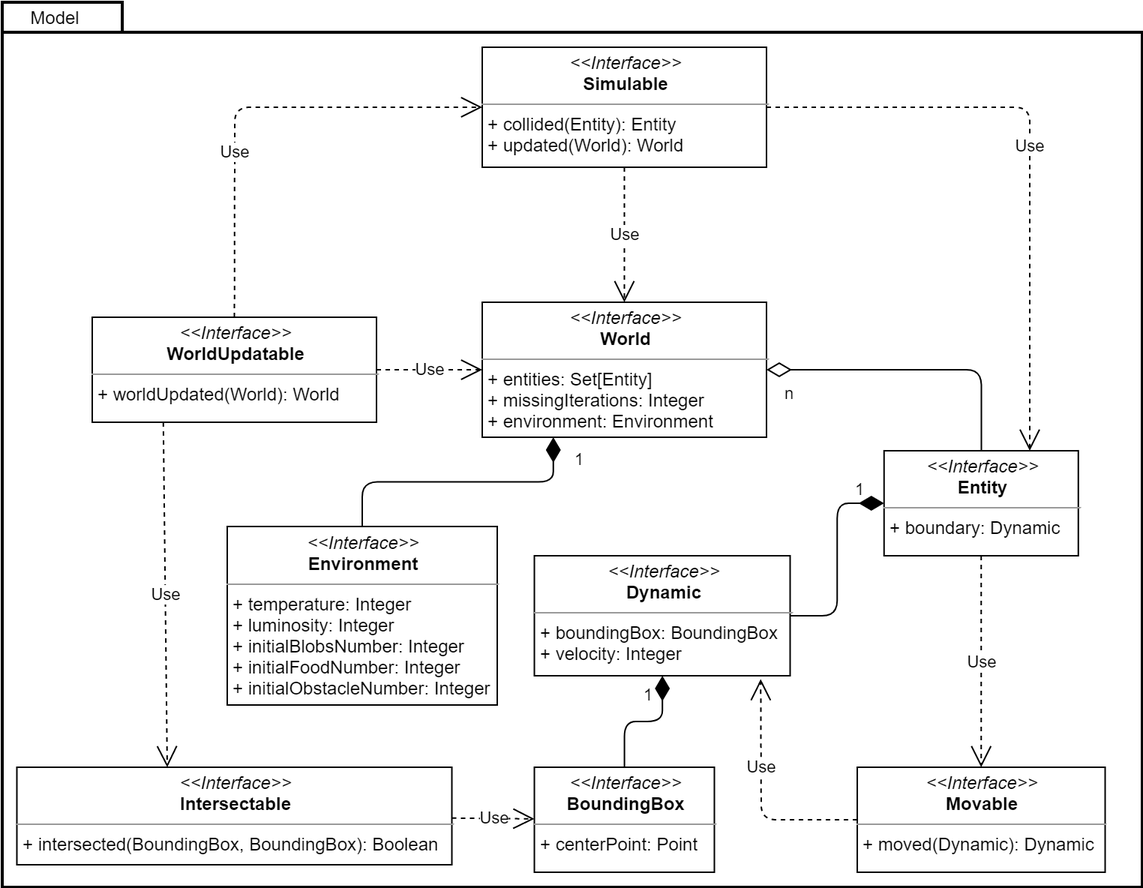
The draw.io diagram doc/report/img/Model.png in danielegiulianini/evo-sim, before a commit. Source tidied: cells renumbered, new cells last; positions are measured from the earlier drawing's top-left corner, leaving out a move shared by most shapes.
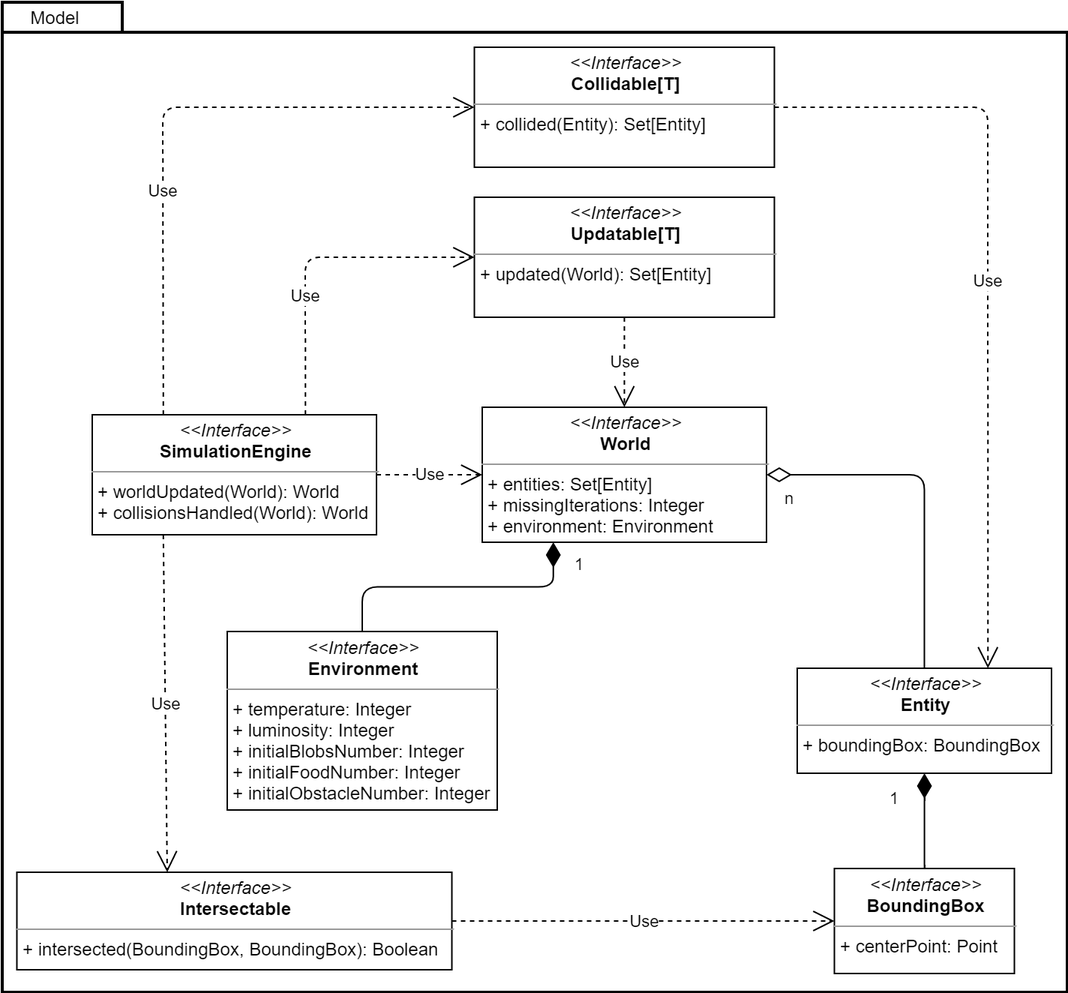
Later version of the same file.

Commit message:
Refine architecture, update report

Diff of the diagram source:
```diff
@@ -2,92 +2,83 @@
   <root>
     <mxCell id="0" />
     <mxCell id="1" parent="0" />
-    <mxCell id="2" style="shape=folder;tabWidth=80;tabHeight=20;tabPosition=left;strokeWidth=2;html=1;whiteSpace=wrap;align=center;" parent="1" vertex="1">
-      <mxGeometry width="760" height="590" as="geometry" />
-    </mxCell>
-    <mxCell id="3" value="&lt;p style=&quot;margin: 0px ; margin-top: 4px ; text-align: center&quot;&gt;&lt;i&gt;&amp;lt;&amp;lt;Interface&amp;gt;&amp;gt;&lt;/i&gt;&lt;br&gt;&lt;b&gt;Entity&lt;/b&gt;&lt;/p&gt;&lt;hr size=&quot;1&quot;&gt;&lt;p style=&quot;margin: 0px ; margin-left: 4px&quot;&gt;+ boundary: Dynamic&lt;br&gt;&lt;/p&gt;" style="verticalAlign=top;align=left;overflow=fill;fontSize=12;fontFamily=Helvetica;html=1;" parent="1" vertex="1">
-      <mxGeometry x="587.9" y="299" width="129.5" height="70" as="geometry" />
-    </mxCell>
+    <mxCell id="25" style="shape=folder;tabWidth=80;tabHeight=20;tabPosition=left;strokeWidth=2;html=1;whiteSpace=wrap;align=center;" parent="1" vertex="1">
+      <mxGeometry y="-70" width="710" height="660" as="geometry" />
+    </mxCell>
+    <mxCell id="26" value="&lt;p style=&quot;margin: 0px ; margin-top: 4px ; text-align: center&quot;&gt;&lt;i&gt;&amp;lt;&amp;lt;Interface&amp;gt;&amp;gt;&lt;/i&gt;&lt;br&gt;&lt;b&gt;Entity&lt;/b&gt;&lt;/p&gt;&lt;hr size=&quot;1&quot;&gt;&lt;p style=&quot;margin: 0px ; margin-left: 4px&quot;&gt;+ boundingBox: BoundingBox&lt;br&gt;&lt;/p&gt;" style="verticalAlign=top;align=left;overflow=fill;fontSize=12;fontFamily=Helvetica;html=1;" parent="1" vertex="1">
+      <mxGeometry x="530" y="374" width="169.5" height="70" as="geometry" />
+    </mxCell>
     <mxCell id="4" value="&lt;p style=&quot;margin: 0px ; margin-top: 4px ; text-align: center&quot;&gt;&lt;i&gt;&amp;lt;&amp;lt;Interface&amp;gt;&amp;gt;&lt;/i&gt;&lt;br&gt;&lt;b&gt;World&lt;/b&gt;&lt;/p&gt;&lt;hr size=&quot;1&quot;&gt;&lt;p style=&quot;margin: 0px ; margin-left: 4px&quot;&gt;+ entities: Set[Entity]&lt;br&gt;&lt;/p&gt;&lt;p style=&quot;margin: 0px ; margin-left: 4px&quot;&gt;+ missing&lt;span&gt;Iterations: Integer&lt;/span&gt;&lt;/p&gt;&lt;p style=&quot;margin: 0px ; margin-left: 4px&quot;&gt;&lt;span&gt;+ environment: Enviro&lt;/span&gt;&lt;span&gt;nment&lt;/span&gt;&lt;/p&gt;" style="verticalAlign=top;align=left;overflow=fill;fontSize=12;fontFamily=Helvetica;html=1;" parent="1" vertex="1">
       <mxGeometry x="320" y="200" width="189.5" height="90" as="geometry" />
     </mxCell>
     <mxCell id="5" value="Model" style="text;html=1;align=center;verticalAlign=middle;" parent="1" vertex="1">
-      <mxGeometry x="9.8" width="50" height="20" as="geometry" />
+      <mxGeometry x="10" y="-70" width="50" height="20" as="geometry" />
     </mxCell>
-    <mxCell id="6" value="&lt;p style=&quot;margin: 0px ; margin-top: 4px ; text-align: center&quot;&gt;&lt;i&gt;&amp;lt;&amp;lt;Interface&amp;gt;&amp;gt;&lt;/i&gt;&lt;br&gt;&lt;b&gt;Movable&lt;/b&gt;&lt;/p&gt;&lt;hr size=&quot;1&quot;&gt;&lt;p style=&quot;margin: 0px ; margin-left: 4px&quot;&gt;+ moved(Dynamic): Dynamic&lt;br&gt;&lt;/p&gt;" style="verticalAlign=top;align=left;overflow=fill;fontSize=12;fontFamily=Helvetica;html=1;" parent="1" vertex="1">
-      <mxGeometry x="570" y="510" width="165.2" height="70" as="geometry" />
-    </mxCell>
-    <mxCell id="7" value="Use" style="endArrow=open;endSize=12;dashed=1;html=1;" parent="1" edge="1" source="3" target="6">
-      <mxGeometry relative="1" as="geometry" />
-    </mxCell>
     <mxCell id="8" value="1" style="endArrow=none;html=1;endSize=12;startArrow=diamondThin;startSize=14;startFill=1;edgeStyle=orthogonalEdgeStyle;align=left;verticalAlign=bottom;endFill=0;exitX=0.25;exitY=1;exitDx=0;exitDy=0;" parent="1" edge="1" source="4" target="14">
       <mxGeometry x="-0.75" y="10" relative="1" as="geometry">
         <mxPoint x="3" as="offset" />
       </mxGeometry>
     </mxCell>
-    <mxCell id="9" value="n" style="endArrow=none;html=1;endSize=12;startArrow=diamondThin;startSize=14;startFill=0;edgeStyle=orthogonalEdgeStyle;align=left;verticalAlign=bottom;endFill=0;" parent="1" edge="1" source="4" target="3">
-      <mxGeometry x="0.71" y="-133" relative="1" as="geometry" />
+    <mxCell id="9" value="n" style="endArrow=none;html=1;endSize=12;startArrow=diamondThin;startSize=14;startFill=0;edgeStyle=orthogonalEdgeStyle;align=left;verticalAlign=bottom;endFill=0;" parent="1" edge="1" source="4" target="26">
+      <mxGeometry x="0.11" y="-95" relative="1" as="geometry" />
     </mxCell>
-    <mxCell id="10" value="&lt;p style=&quot;margin: 0px ; margin-top: 4px ; text-align: center&quot;&gt;&lt;i&gt;&amp;lt;&amp;lt;Interface&amp;gt;&amp;gt;&lt;/i&gt;&lt;br&gt;&lt;b&gt;WorldUpdat&lt;/b&gt;&lt;b&gt;able&lt;/b&gt;&lt;/p&gt;&lt;hr size=&quot;1&quot;&gt;&lt;p style=&quot;margin: 0px ; margin-left: 4px&quot;&gt;&lt;span&gt;+ worldUpdated(World): World&lt;/span&gt;&lt;/p&gt;" style="verticalAlign=top;align=left;overflow=fill;fontSize=12;fontFamily=Helvetica;html=1;" parent="1" vertex="1">
-      <mxGeometry x="60" y="210" width="189.5" height="70" as="geometry" />
-    </mxCell>
-    <mxCell id="11" value="&lt;p style=&quot;margin: 0px ; margin-top: 4px ; text-align: center&quot;&gt;&lt;i&gt;&amp;lt;&amp;lt;Interface&amp;gt;&amp;gt;&lt;/i&gt;&lt;br&gt;&lt;b&gt;Simulable&lt;/b&gt;&lt;/p&gt;&lt;hr size=&quot;1&quot;&gt;&lt;p style=&quot;margin: 0px ; margin-left: 4px&quot;&gt;+ collided(Entity): Entity&lt;br&gt;+ updated(World&lt;span&gt;): World&lt;/span&gt;&lt;/p&gt;" style="verticalAlign=top;align=left;overflow=fill;fontSize=12;fontFamily=Helvetica;html=1;" parent="1" vertex="1">
-      <mxGeometry x="320" y="30" width="189.5" height="80" as="geometry" />
-    </mxCell>
+    <mxCell id="27" value="&lt;p style=&quot;margin: 0px ; margin-top: 4px ; text-align: center&quot;&gt;&lt;i&gt;&amp;lt;&amp;lt;Interface&amp;gt;&amp;gt;&lt;/i&gt;&lt;br&gt;&lt;b&gt;SimulationEngine&lt;/b&gt;&lt;/p&gt;&lt;hr size=&quot;1&quot;&gt;&lt;p style=&quot;margin: 0px ; margin-left: 4px&quot;&gt;&lt;span&gt;+ worldUpdated(World): World&lt;/span&gt;&lt;/p&gt;&lt;p style=&quot;margin: 0px ; margin-left: 4px&quot;&gt;&lt;span&gt;+ collisionsHandled(World): World&lt;/span&gt;&lt;/p&gt;" style="verticalAlign=top;align=left;overflow=fill;fontSize=12;fontFamily=Helvetica;html=1;" parent="1" vertex="1">
+      <mxGeometry x="60" y="205" width="189.5" height="80" as="geometry" />
+    </mxCell>
+    <mxCell id="28" value="&lt;p style=&quot;margin: 0px ; margin-top: 4px ; text-align: center&quot;&gt;&lt;i&gt;&amp;lt;&amp;lt;Interface&amp;gt;&amp;gt;&lt;/i&gt;&lt;br&gt;&lt;b&gt;Collidable[T]&lt;/b&gt;&lt;/p&gt;&lt;hr size=&quot;1&quot;&gt;&lt;p style=&quot;margin: 0px ; margin-left: 4px&quot;&gt;+ collided(Entity): Set[Entity]&lt;/p&gt;" style="verticalAlign=top;align=left;overflow=fill;fontSize=12;fontFamily=Helvetica;html=1;" parent="1" vertex="1">
+      <mxGeometry x="314.8" y="-40" width="200" height="80" as="geometry" />
+    </mxCell>
     <mxCell id="12" value="&lt;p style=&quot;margin: 0px ; margin-top: 4px ; text-align: center&quot;&gt;&lt;i&gt;&amp;lt;&amp;lt;Interface&amp;gt;&amp;gt;&lt;/i&gt;&lt;br&gt;&lt;b&gt;Intersectable&lt;/b&gt;&lt;/p&gt;&lt;hr size=&quot;1&quot;&gt;&lt;p style=&quot;margin: 0px ; margin-left: 4px&quot;&gt;+ intersected(BoundingBox, BoundingBox): Boolean&lt;br&gt;&lt;/p&gt;" style="verticalAlign=top;align=left;overflow=fill;fontSize=12;fontFamily=Helvetica;html=1;" parent="1" vertex="1">
       <mxGeometry x="9.8" y="510" width="290" height="65" as="geometry" />
     </mxCell>
     <mxCell id="13" value="&lt;p style=&quot;margin: 0px ; margin-top: 4px ; text-align: center&quot;&gt;&lt;i&gt;&amp;lt;&amp;lt;Interface&amp;gt;&amp;gt;&lt;/i&gt;&lt;br&gt;&lt;b&gt;BoundingBox&lt;/b&gt;&lt;/p&gt;&lt;hr size=&quot;1&quot;&gt;&lt;p style=&quot;margin: 0px ; margin-left: 4px&quot;&gt;+ centerPoint: Point&lt;/p&gt;" style="verticalAlign=top;align=left;overflow=fill;fontSize=12;fontFamily=Helvetica;html=1;" parent="1" vertex="1">
-      <mxGeometry x="354.8" y="510" width="120" height="70" as="geometry" />
+      <mxGeometry x="554.8" y="507.5" width="120" height="70" as="geometry" />
     </mxCell>
     <mxCell id="14" value="&lt;p style=&quot;margin: 0px ; margin-top: 4px ; text-align: center&quot;&gt;&lt;i&gt;&amp;lt;&amp;lt;Interface&amp;gt;&amp;gt;&lt;/i&gt;&lt;br&gt;&lt;b&gt;Environment&lt;/b&gt;&lt;/p&gt;&lt;hr size=&quot;1&quot;&gt;&lt;p style=&quot;margin: 0px ; margin-left: 4px&quot;&gt;+ temperature: Integer&lt;br style=&quot;padding: 0px ; margin: 0px&quot;&gt;+ luminosity: Integer&lt;br style=&quot;padding: 0px ; margin: 0px&quot;&gt;+ initialBlobsNumber: Integer&lt;br style=&quot;padding: 0px ; margin: 0px&quot;&gt;+ initialFoodNumber: Integer&lt;br style=&quot;padding: 0px ; margin: 0px&quot;&gt;+ initialObstacleNumber: Integer&lt;br&gt;&lt;/p&gt;" style="verticalAlign=top;align=left;overflow=fill;fontSize=12;fontFamily=Helvetica;html=1;" parent="1" vertex="1">
       <mxGeometry x="150" y="349.5" width="180" height="119" as="geometry" />
     </mxCell>
-    <mxCell id="15" value="Use" style="endArrow=open;endSize=12;dashed=1;html=1;entryX=0.75;entryY=0;entryDx=0;entryDy=0;" parent="1" edge="1" source="11" target="3">
-      <mxGeometry relative="1" as="geometry">
-        <Array as="points">
-          <mxPoint x="685" y="70" />
-        </Array>
-      </mxGeometry>
-    </mxCell>
-    <mxCell id="16" value="Use" style="endArrow=open;endSize=12;dashed=1;html=1;" parent="1" edge="1" source="10" target="4">
-      <mxGeometry relative="1" as="geometry" />
-    </mxCell>
+    <mxCell id="29" value="Use" style="endArrow=open;endSize=12;dashed=1;html=1;entryX=0.75;entryY=0;entryDx=0;entryDy=0;exitX=1;exitY=0.5;exitDx=0;exitDy=0;" parent="1" edge="1" source="28" target="26">
+      <mxGeometry relative="1" as="geometry">
+        <Array as="points">
+          <mxPoint x="657" />
+        </Array>
+      </mxGeometry>
+    </mxCell>
+    <mxCell id="30" value="Use" style="endArrow=open;endSize=12;dashed=1;html=1;" parent="1" edge="1" source="27" target="4">
+      <mxGeometry relative="1" as="geometry" />
+    </mxCell>
     <mxCell id="17" value="Use" style="endArrow=open;endSize=12;dashed=1;html=1;" parent="1" edge="1" source="12" target="13">
       <mxGeometry relative="1" as="geometry" />
     </mxCell>
-    <mxCell id="18" value="Use" style="endArrow=open;endSize=12;dashed=1;html=1;exitX=0.25;exitY=1;exitDx=0;exitDy=0;" parent="1" edge="1" source="10">
+    <mxCell id="18" value="Use" style="endArrow=open;endSize=12;dashed=1;html=1;exitX=0.25;exitY=1;exitDx=0;exitDy=0;" parent="1" edge="1" source="27">
       <mxGeometry relative="1" as="geometry">
         <mxPoint x="110" y="510" as="targetPoint" />
       </mxGeometry>
     </mxCell>
-    <mxCell id="19" value="Use" style="endArrow=open;endSize=12;dashed=1;html=1;exitX=0;exitY=0.5;exitDx=0;exitDy=0;entryX=0.885;entryY=1.028;entryDx=0;entryDy=0;entryPerimeter=0;" parent="1" edge="1" source="6" target="23">
-      <mxGeometry x="0.26" relative="1" as="geometry">
-        <Array as="points">
-          <mxPoint x="506" y="545" />
-        </Array>
-      </mxGeometry>
-    </mxCell>
-    <mxCell id="20" value="Use" style="endArrow=open;endSize=12;dashed=1;html=1;" parent="1" edge="1" source="11" target="4">
-      <mxGeometry relative="1" as="geometry" />
-    </mxCell>
-    <mxCell id="21" value="1" style="endArrow=none;html=1;endSize=12;startArrow=diamondThin;startSize=14;startFill=1;edgeStyle=orthogonalEdgeStyle;align=left;verticalAlign=bottom;endFill=0;" parent="1" edge="1" source="3" target="23">
-      <mxGeometry x="-0.69" relative="1" as="geometry" />
-    </mxCell>
-    <mxCell id="22" value="Use" style="endArrow=open;endSize=12;dashed=1;html=1;" parent="1" edge="1" source="10" target="11">
-      <mxGeometry x="-0.28" relative="1" as="geometry">
-        <Array as="points">
-          <mxPoint x="155" y="70" />
-        </Array>
-      </mxGeometry>
-    </mxCell>
-    <mxCell id="23" value="&lt;p style=&quot;margin: 0px ; margin-top: 4px ; text-align: center&quot;&gt;&lt;i&gt;&amp;lt;&amp;lt;Interface&amp;gt;&amp;gt;&lt;/i&gt;&lt;br&gt;&lt;b&gt;Dynamic&lt;/b&gt;&lt;/p&gt;&lt;hr size=&quot;1&quot;&gt;&lt;p style=&quot;margin: 0px ; margin-left: 4px&quot;&gt;+ boundingBox: BoundingBox&lt;br&gt;&lt;/p&gt;&lt;p style=&quot;margin: 0px ; margin-left: 4px&quot;&gt;+ velocity: Integer&lt;/p&gt;" style="verticalAlign=top;align=left;overflow=fill;fontSize=12;fontFamily=Helvetica;html=1;" parent="1" vertex="1">
-      <mxGeometry x="354.8" y="369" width="170.5" height="80" as="geometry" />
-    </mxCell>
-    <mxCell id="24" value="1" style="endArrow=none;html=1;endSize=12;startArrow=diamondThin;startSize=14;startFill=1;edgeStyle=orthogonalEdgeStyle;align=left;verticalAlign=bottom;endFill=0;" parent="1" edge="1" source="23" target="13">
-      <mxGeometry x="0.04" y="-10" relative="1" as="geometry">
-        <mxPoint y="1" as="offset" />
-      </mxGeometry>
-    </mxCell>
+    <mxCell id="31" value="Use" style="endArrow=open;endSize=12;dashed=1;html=1;exitX=0.5;exitY=1;exitDx=0;exitDy=0;" parent="1" edge="1" source="33" target="4">
+      <mxGeometry relative="1" as="geometry" />
+    </mxCell>
+    <mxCell id="32" value="1" style="endArrow=none;html=1;endSize=12;startArrow=diamondThin;startSize=14;startFill=1;edgeStyle=orthogonalEdgeStyle;align=left;verticalAlign=bottom;endFill=0;" parent="1" edge="1" source="26" target="13">
+      <mxGeometry y="-25" relative="1" as="geometry">
+        <mxPoint y="-6" as="offset" />
+      </mxGeometry>
+    </mxCell>
+    <mxCell id="33" value="&lt;p style=&quot;margin: 0px ; margin-top: 4px ; text-align: center&quot;&gt;&lt;i&gt;&amp;lt;&amp;lt;Interface&amp;gt;&amp;gt;&lt;/i&gt;&lt;br&gt;&lt;b&gt;Updatable[T]&lt;/b&gt;&lt;/p&gt;&lt;hr size=&quot;1&quot;&gt;&lt;p style=&quot;margin: 0px ; margin-left: 4px&quot;&gt;+ updated(World&lt;span&gt;): Set[Entity]&lt;/span&gt;&lt;/p&gt;" style="verticalAlign=top;align=left;overflow=fill;fontSize=12;fontFamily=Helvetica;html=1;" parent="1" vertex="1">
+      <mxGeometry x="314.8" y="60" width="200" height="80" as="geometry" />
+    </mxCell>
+    <mxCell id="34" value="Use" style="endArrow=open;endSize=12;dashed=1;html=1;entryX=0;entryY=0.5;entryDx=0;entryDy=0;exitX=0.75;exitY=0;exitDx=0;exitDy=0;" parent="1" edge="1" source="27" target="33">
+      <mxGeometry x="-0.28" relative="1" as="geometry">
+        <Array as="points">
+          <mxPoint x="202" y="100" />
+        </Array>
+      </mxGeometry>
+    </mxCell>
+    <mxCell id="35" value="Use" style="endArrow=open;endSize=12;dashed=1;html=1;entryX=0;entryY=0.5;entryDx=0;entryDy=0;exitX=0.25;exitY=0;exitDx=0;exitDy=0;" parent="1" edge="1" source="27" target="28">
+      <mxGeometry x="-0.28" relative="1" as="geometry">
+        <Array as="points">
+          <mxPoint x="107" />
+        </Array>
+      </mxGeometry>
+    </mxCell>
   </root>
 </mxGraphModel>
```
